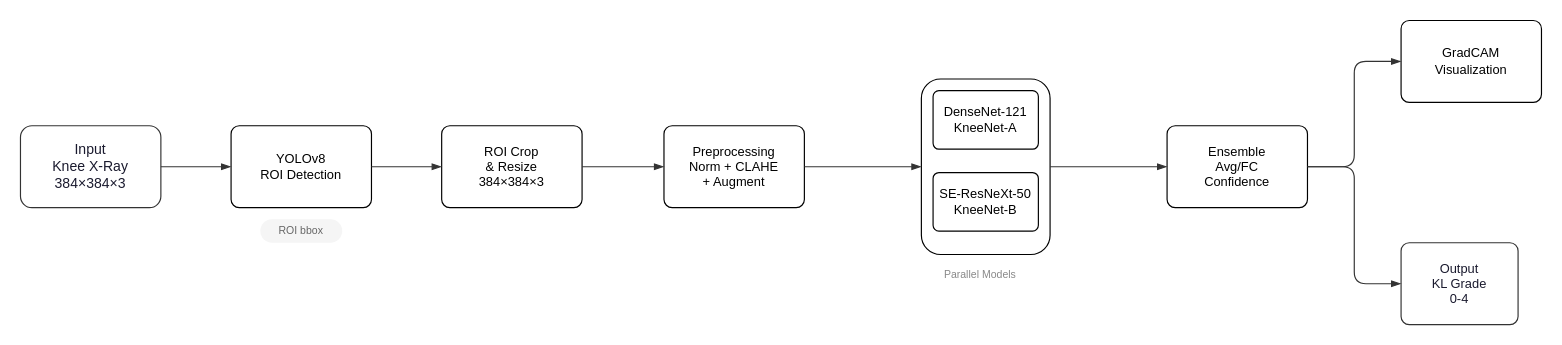
This is docs/diagram/inference-pipeline.drawio from mkai-xlab/mkaix.healthsynml, a draw.io file, before an edit. Source tidied: cells renumbered, new cells numbered last; positions are measured from the earlier drawing's top-left corner, leaving out a move shared by most shapes. Both pictures are drawn from the tidied source at 117%, with x=0, y=0 at pixel (20, 20).
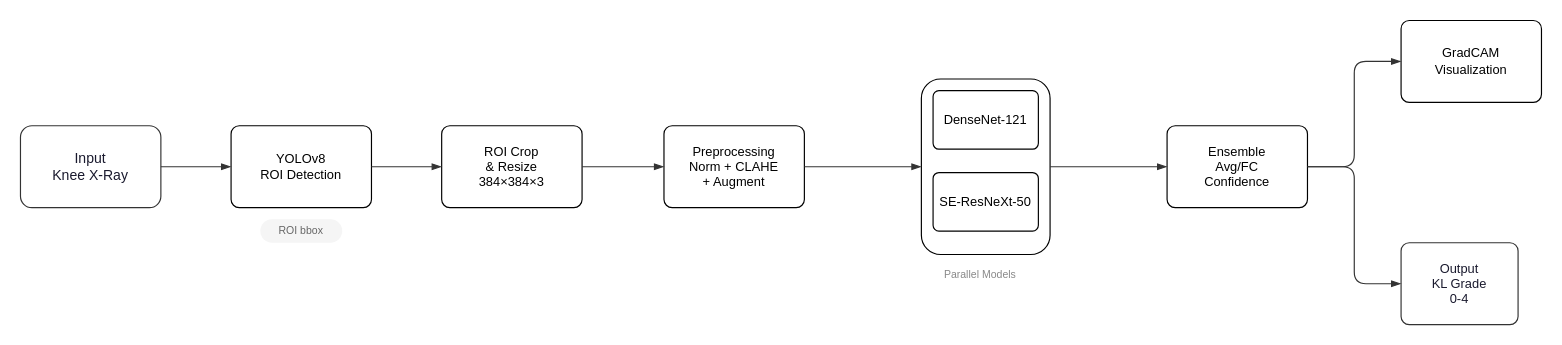
The same diagram, later.

Change to the diagram source:
```diff
@@
-    <mxCell id="2" value="Input&#10;Knee X-Ray&#10;384×384×3" style="rounded=1;arcSize=14;whiteSpace=wrap;html=1;fillColor=#ffffff;strokeColor=#333333;strokeWidth=1;fontColor=#1a1a2e;fontSize=12;fontStyle=0;align=center;verticalAlign=middle;" parent="1" vertex="1">
+    <mxCell id="2" value="Input&lt;br&gt;Knee X-Ray" style="rounded=1;arcSize=14;whiteSpace=wrap;html=1;fillColor=#ffffff;strokeColor=#333333;strokeWidth=1;fontColor=#1a1a2e;fontSize=12;fontStyle=0;align=center;verticalAlign=middle;" parent="1" vertex="1">
       <mxGeometry y="90" width="120" height="70" as="geometry" />
     </mxCell>
@@
-    <mxCell id="8" value="DenseNet-121&#10;KneeNet-A" style="rounded=1;arcSize=10;whiteSpace=wrap;html=1;strokeWidth=1;fontSize=11;fontStyle=0;align=center;verticalAlign=middle;" parent="1" vertex="1">
+    <mxCell id="8" value="DenseNet-121" style="rounded=1;arcSize=10;whiteSpace=wrap;html=1;strokeWidth=1;fontSize=11;fontStyle=0;align=center;verticalAlign=middle;" parent="1" vertex="1">
       <mxGeometry x="780" y="60" width="90" height="50" as="geometry" />
     </mxCell>
-    <mxCell id="9" value="SE-ResNeXt-50&#10;KneeNet-B" style="rounded=1;arcSize=10;whiteSpace=wrap;html=1;strokeWidth=1;fontSize=11;fontStyle=0;align=center;verticalAlign=middle;" parent="1" vertex="1">
+    <mxCell id="9" value="SE-ResNeXt-50" style="rounded=1;arcSize=10;whiteSpace=wrap;html=1;strokeWidth=1;fontSize=11;fontStyle=0;align=center;verticalAlign=middle;" parent="1" vertex="1">
       <mxGeometry x="780" y="130" width="90" height="50" as="geometry" />
     </mxCell>
```
